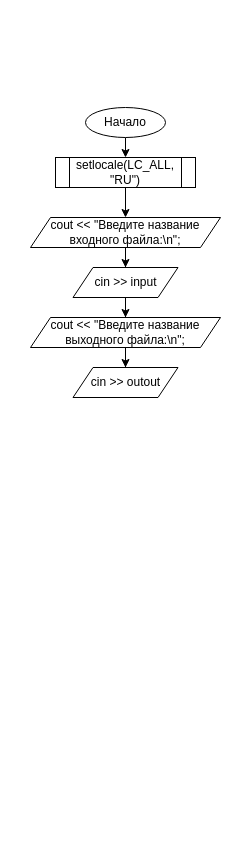
This is Algo_dann_2_curs/pics/Pr_11.drawio from Idontlikeni/Uni_docs, a draw.io file, before an edit. Source tidied: cells renumbered, new cells numbered last; positions are measured from the earlier drawing's top-left corner, leaving out a move shared by most shapes. Both pictures are drawn from the tidied source at 100%, with x=0, y=0 at pixel (30, 107).
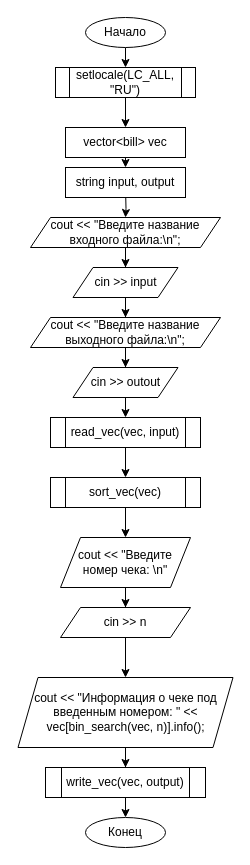
Above is the later version.

The change refers to these unchanged cells:
```xml
<mxCell id="7" value="cout &amp;lt;&amp;lt; &quot;Введите название входного файла:\n&quot;;" style="shape=parallelogram;perimeter=parallelogramPerimeter;whiteSpace=wrap;html=1;fixedSize=1;" parent="1" vertex="1">
  <mxGeometry y="110" width="190" height="30" as="geometry" />
</mxCell>
<mxCell id="12" value="cin &amp;gt;&amp;gt; outout" style="shape=parallelogram;perimeter=parallelogramPerimeter;whiteSpace=wrap;html=1;fixedSize=1;" parent="1" vertex="1">
  <mxGeometry x="42.5" y="260" width="105" height="30" as="geometry" />
</mxCell>
```

The edit, as a diff of the source:
```diff
@@
     <mxCell id="3" value="Начало" style="ellipse;whiteSpace=wrap;html=1;" parent="1" vertex="1">
-      <mxGeometry x="55" width="80" height="30" as="geometry" />
+      <mxGeometry x="55" y="-90" width="80" height="30" as="geometry" />
     </mxCell>
-    <mxCell id="4" style="edgeStyle=orthogonalEdgeStyle;rounded=0;jettySize=auto;html=1;exitX=0.5;exitY=1;exitDx=0;exitDy=0;entryX=0.5;entryY=0;entryDx=0;entryDy=0;" parent="1" edge="1" source="5" target="7">
-      <mxGeometry relative="1" as="geometry" />
-    </mxCell>
+    <mxCell id="13" style="edgeStyle=orthogonalEdgeStyle;rounded=0;jettySize=auto;html=1;exitX=0.5;exitY=1;exitDx=0;exitDy=0;" parent="1" edge="1" source="5" target="20">
+      <mxGeometry relative="1" as="geometry" />
+    </mxCell>
     <mxCell id="5" value="setlocale(LC_ALL, &quot;RU&quot;)" style="shape=process;whiteSpace=wrap;html=1;backgroundOutline=1;" parent="1" vertex="1">
-      <mxGeometry x="25" y="50" width="140" height="30" as="geometry" />
+      <mxGeometry x="25" y="-40" width="140" height="30" as="geometry" />
     </mxCell>
@@
+    <mxCell id="14" style="edgeStyle=orthogonalEdgeStyle;rounded=0;jettySize=auto;html=1;exitX=0.5;exitY=1;exitDx=0;exitDy=0;entryX=0.5;entryY=0;entryDx=0;entryDy=0;" parent="1" edge="1" source="12" target="16">
+      <mxGeometry relative="1" as="geometry" />
+    </mxCell>
@@
+    <mxCell id="15" style="edgeStyle=orthogonalEdgeStyle;rounded=0;jettySize=auto;html=1;" parent="1" edge="1" source="16" target="22">
+      <mxGeometry relative="1" as="geometry" />
+    </mxCell>
+    <mxCell id="16" value="read_vec(vec, input)" style="shape=process;whiteSpace=wrap;html=1;backgroundOutline=1;" parent="1" vertex="1">
+      <mxGeometry x="20" y="310" width="150" height="30" as="geometry" />
+    </mxCell>
+    <mxCell id="17" style="edgeStyle=orthogonalEdgeStyle;rounded=0;jettySize=auto;html=1;exitX=0.5;exitY=1;exitDx=0;exitDy=0;" parent="1" edge="1" target="7">
+      <mxGeometry relative="1" as="geometry">
+        <mxPoint x="95" y="80" as="sourcePoint" />
+      </mxGeometry>
+    </mxCell>
+    <mxCell id="18" value="string input, output" style="rounded=0;whiteSpace=wrap;html=1;" parent="1" vertex="1">
+      <mxGeometry x="35" y="60" width="120" height="30" as="geometry" />
+    </mxCell>
+    <mxCell id="19" style="edgeStyle=orthogonalEdgeStyle;rounded=0;jettySize=auto;html=1;exitX=0.5;exitY=1;exitDx=0;exitDy=0;entryX=0.5;entryY=0;entryDx=0;entryDy=0;" parent="1" edge="1" source="20" target="18">
+      <mxGeometry relative="1" as="geometry" />
+    </mxCell>
+    <mxCell id="20" value="vector&amp;lt;bill&amp;gt; vec" style="rounded=0;whiteSpace=wrap;html=1;" parent="1" vertex="1">
+      <mxGeometry x="35" y="20" width="120" height="30" as="geometry" />
+    </mxCell>
+    <mxCell id="21" style="edgeStyle=orthogonalEdgeStyle;rounded=0;jettySize=auto;html=1;" parent="1" edge="1" source="22" target="24">
+      <mxGeometry relative="1" as="geometry" />
+    </mxCell>
+    <mxCell id="22" value="sort_vec(vec)" style="shape=process;whiteSpace=wrap;html=1;backgroundOutline=1;" parent="1" vertex="1">
+      <mxGeometry x="20" y="370" width="150" height="30" as="geometry" />
+    </mxCell>
+    <mxCell id="23" style="edgeStyle=orthogonalEdgeStyle;rounded=0;jettySize=auto;html=1;" parent="1" edge="1" source="24" target="26">
+      <mxGeometry relative="1" as="geometry" />
+    </mxCell>
+    <mxCell id="24" value="cout &amp;lt;&amp;lt; &quot;Введите номер чека: \n&quot;" style="shape=parallelogram;perimeter=parallelogramPerimeter;whiteSpace=wrap;html=1;fixedSize=1;" parent="1" vertex="1">
+      <mxGeometry x="30" y="430" width="130" height="50" as="geometry" />
+    </mxCell>
+    <mxCell id="25" style="edgeStyle=orthogonalEdgeStyle;rounded=0;jettySize=auto;html=1;" parent="1" edge="1" source="26" target="28">
+      <mxGeometry relative="1" as="geometry" />
+    </mxCell>
+    <mxCell id="26" value="cin &amp;gt;&amp;gt; n" style="shape=parallelogram;perimeter=parallelogramPerimeter;whiteSpace=wrap;html=1;fixedSize=1;" parent="1" vertex="1">
+      <mxGeometry x="30" y="500" width="130" height="30" as="geometry" />
+    </mxCell>
+    <mxCell id="27" style="edgeStyle=orthogonalEdgeStyle;rounded=0;jettySize=auto;html=1;" parent="1" edge="1" source="28" target="30">
+      <mxGeometry relative="1" as="geometry" />
+    </mxCell>
+    <mxCell id="28" value="cout &amp;lt;&amp;lt; &quot;Информация о чеке под введенным номером: &quot; &amp;lt;&amp;lt; vec[bin_search(vec, n)].info();" style="shape=parallelogram;perimeter=parallelogramPerimeter;whiteSpace=wrap;html=1;fixedSize=1;" parent="1" vertex="1">
+      <mxGeometry x="-12.5" y="570" width="215" height="70" as="geometry" />
+    </mxCell>
+    <mxCell id="29" style="edgeStyle=orthogonalEdgeStyle;rounded=0;jettySize=auto;html=1;exitX=0.5;exitY=1;exitDx=0;exitDy=0;entryX=0.5;entryY=0;entryDx=0;entryDy=0;" parent="1" edge="1" source="30" target="31">
+      <mxGeometry relative="1" as="geometry" />
+    </mxCell>
+    <mxCell id="30" value="write_vec(vec, output)" style="shape=process;whiteSpace=wrap;html=1;backgroundOutline=1;" parent="1" vertex="1">
+      <mxGeometry x="15" y="660" width="160" height="30" as="geometry" />
+    </mxCell>
+    <mxCell id="31" value="Конец" style="ellipse;whiteSpace=wrap;html=1;" parent="1" vertex="1">
+      <mxGeometry x="55" y="710" width="80" height="30" as="geometry" />
+    </mxCell>
```
